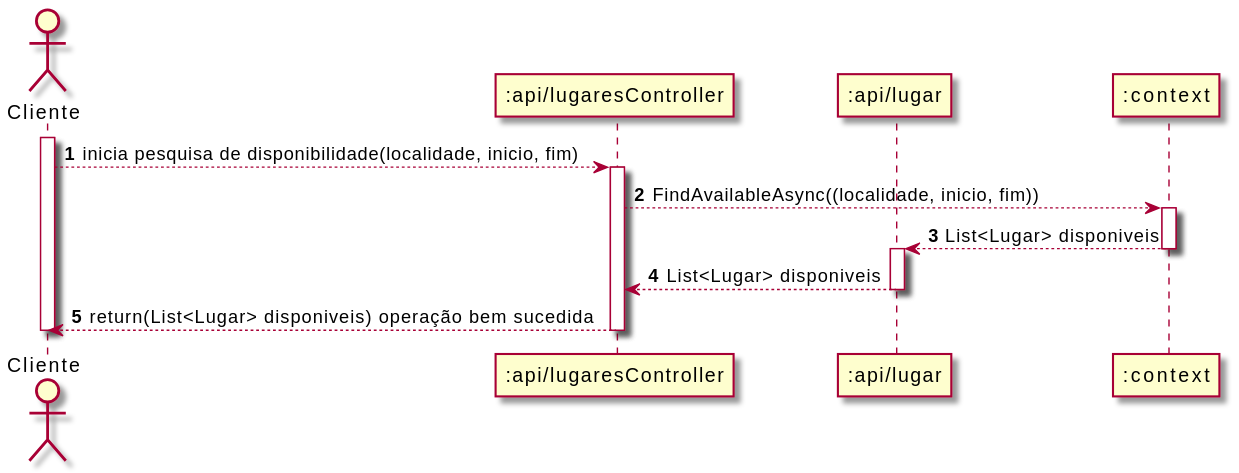
The PlantUML diagram Documentos/Sprint2/UC5/UC5-SD.svg in UPskillDOTNET/Jakim-das-Coives-S.A., before a commit.
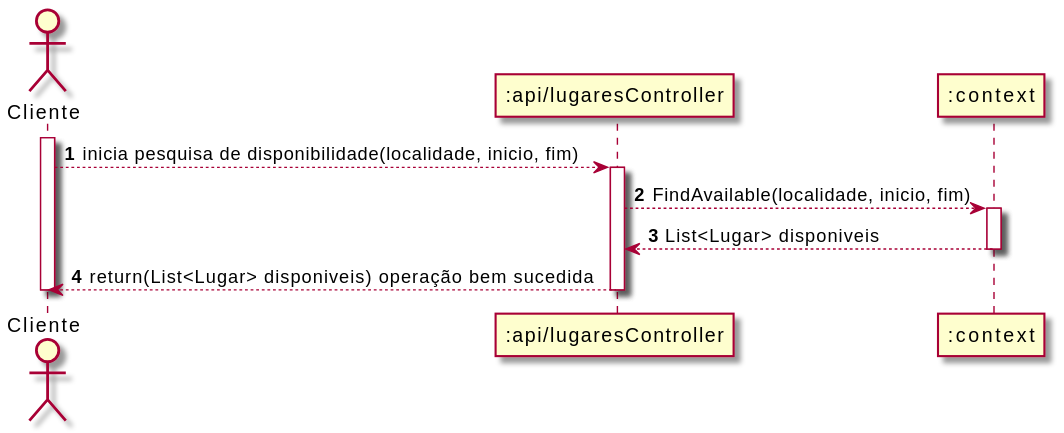
Later version of the same file.

Change to the diagram source:
```diff
@@ -2,22 +2,17 @@
 autonumber
 actor "Cliente" as SC
 participant ":api/lugaresController" as RC
-participant ":api/lugar" as R
 participant ":context" as C
 
 activate SC
 SC --> RC : inicia pesquisa de disponibilidade(localidade, inicio, fim)
 activate RC
 
-RC --> C : FindAvailableAsync((localidade, inicio, fim))
+RC --> C : FindAvailable(localidade, inicio, fim)
 activate C
 
-C --> R : List<Lugar> disponiveis
+C --> RC : List<Lugar> disponiveis
 deactivate C
-activate R
-
-R --> RC : List<Lugar> disponiveis
-deactivate R
 
 RC --> SC: return(List<Lugar> disponiveis) operação bem sucedida
 deactivate RC
```
